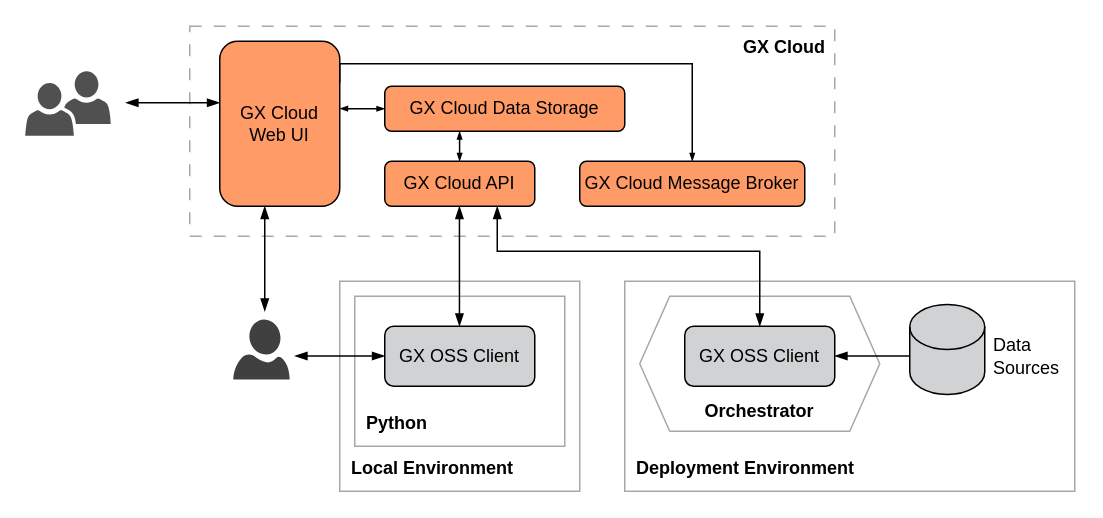
Earlier version of the draw.io diagram page "programmatic-orchestrator" (5 of 5) of docs/docusaurus/docs/cloud/architecture_deployment_images/gx_cloud_architecture_and_deployment_diagrams.drawio (great-expectations/great_expectations). Source tidied: cells renumbered, new cells numbered last; positions are measured from the earlier drawing's top-left corner, leaving out a move shared by most shapes. Both pictures are drawn from the tidied source at 150%, with x=0, y=0 at pixel (24, 26).
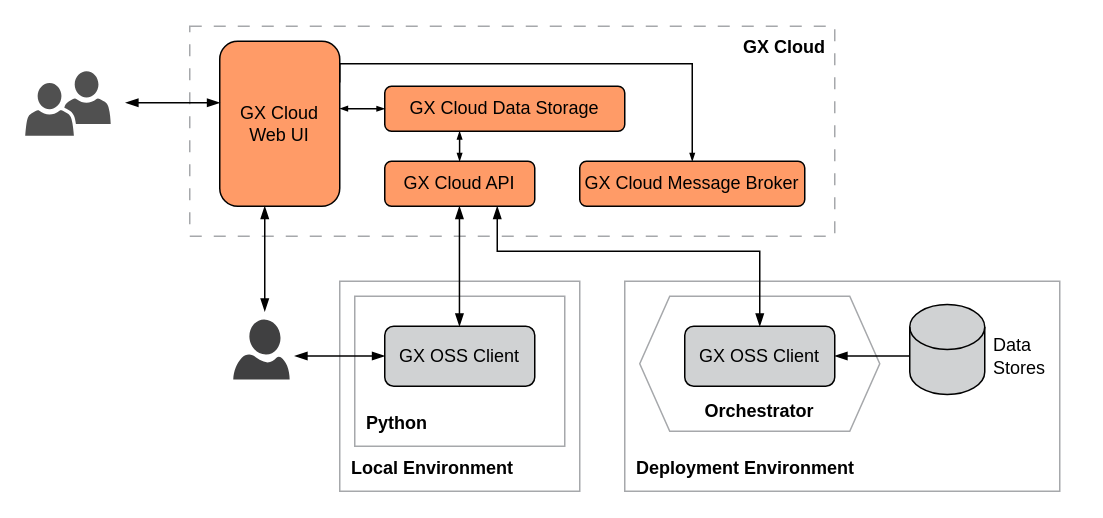
The same diagram, later.

What changed in the source:
```diff
@@
     <mxCell id="3" style="rounded=0;whiteSpace=wrap;html=1;strokeColor=#A6A8AB;fillColor=none;perimeterSpacing=0;" parent="1" vertex="1">
-      <mxGeometry x="400" y="170" width="300" height="140" as="geometry" />
+      <mxGeometry x="400" y="170" width="290" height="140" as="geometry" />
     </mxCell>
@@
-    <mxCell id="24" value="Data Sources" style="text;html=1;strokeColor=none;fillColor=none;align=left;verticalAlign=middle;whiteSpace=wrap;rounded=0;" parent="1" vertex="1">
-      <mxGeometry x="644" y="205" width="52.5" height="30" as="geometry" />
+    <mxCell id="24" value="Data Stores" style="text;html=1;strokeColor=none;fillColor=none;align=left;verticalAlign=middle;whiteSpace=wrap;rounded=0;" parent="1" vertex="1">
+      <mxGeometry x="644" y="205" width="46" height="30" as="geometry" />
     </mxCell>
```
